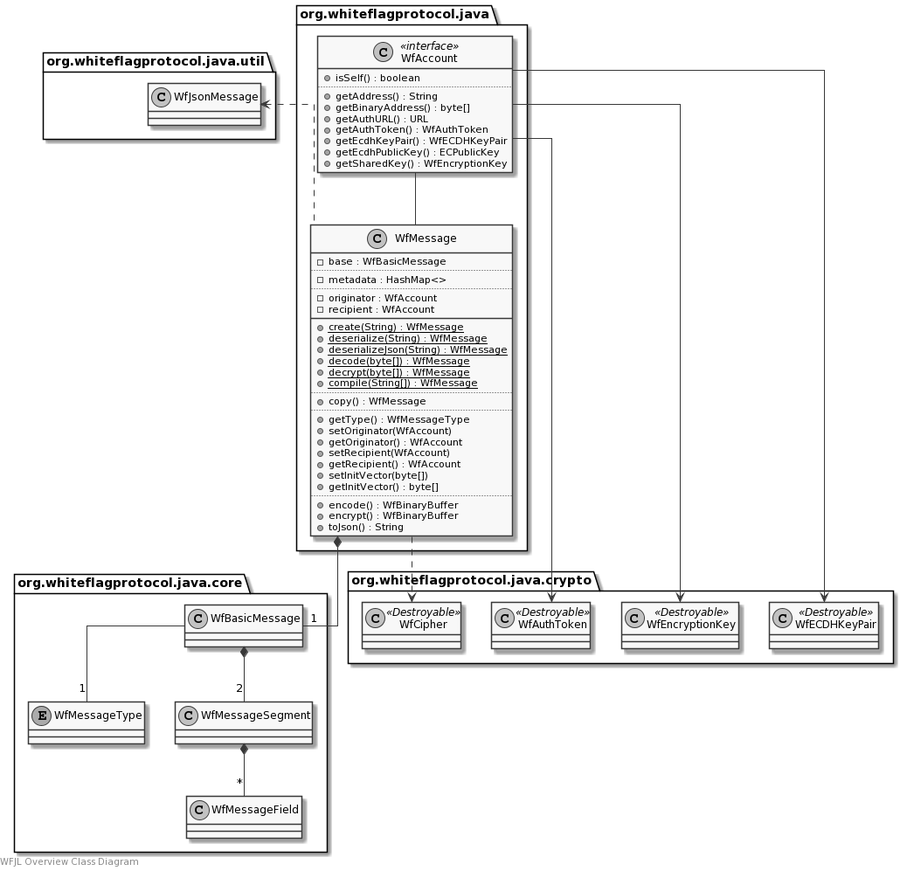
Above: docs/uml/overview.png in WhiteflagProtocol/whiteflag-java (PlantUML), before the change.
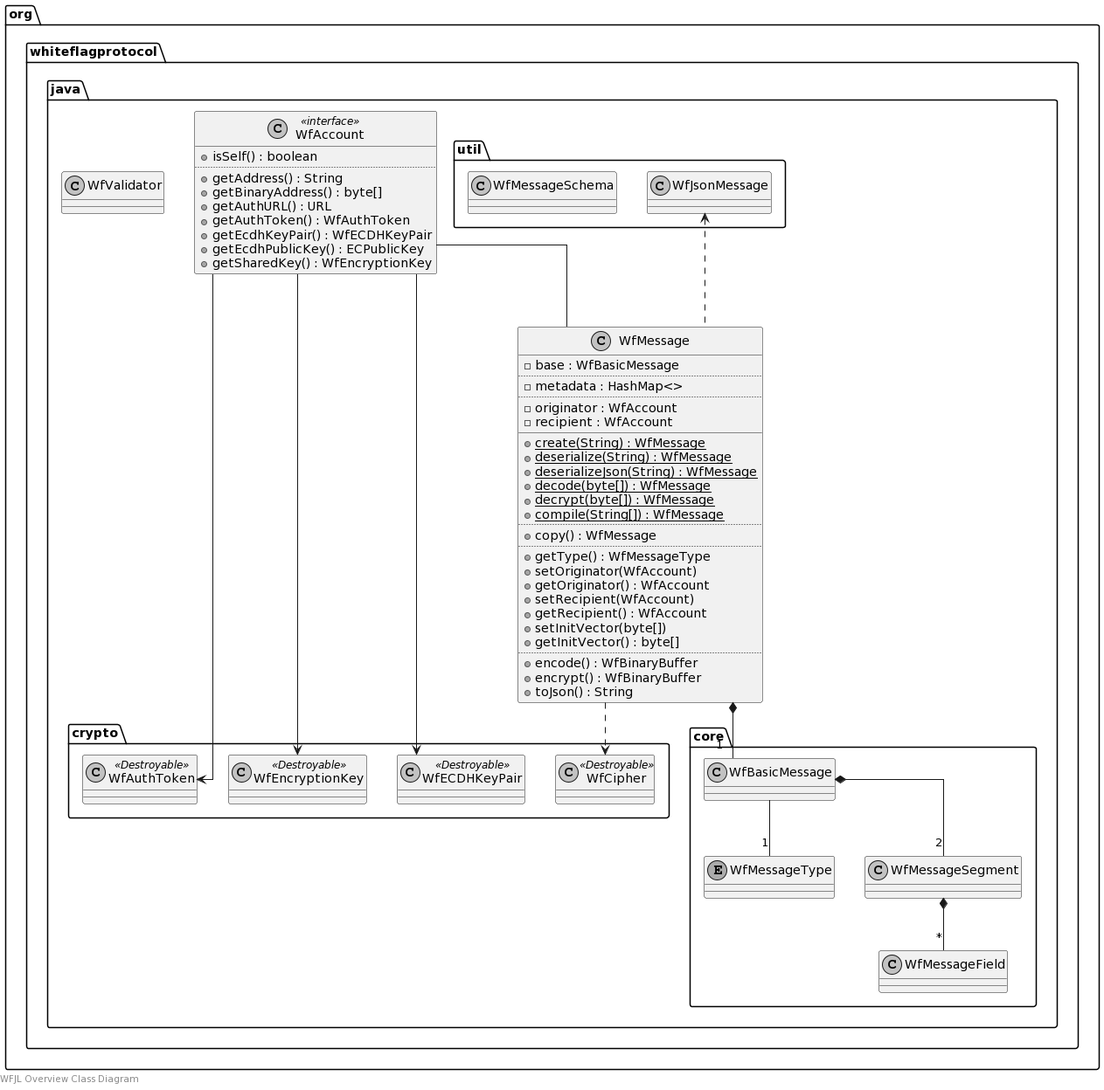
Later version of the same file.

The edit, as a diff of the source:
```diff
@@ -46,6 +46,8 @@
         +getEcdhPublicKey() : ECPublicKey
         +getSharedKey() : WfEncryptionKey
     }
+
+    class WfValidator {}
 }
 
 package org.whiteflagprotocol.java.core {
@@ -64,6 +66,7 @@
 
 package org.whiteflagprotocol.java.util {
     class WfJsonMessage {}
+    class WfMessageSchema {}
 }
 
 WfMessage *-- "1" WfBasicMessage
```
